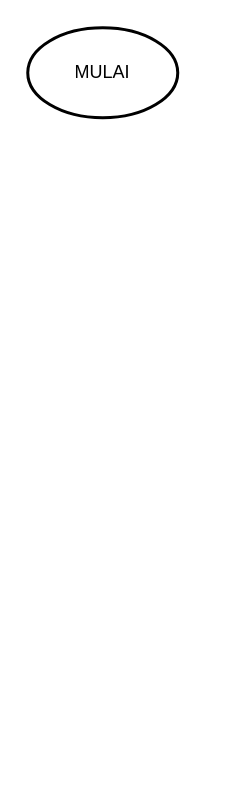
Above: Flowchart.drawio in alen735/febryanval (draw.io), before the change. Source tidied: cells renumbered, new cells numbered last; positions are measured from the earlier drawing's top-left corner, leaving out a move shared by most shapes. Both pictures are drawn from the tidied source at 150%, with x=0, y=0 at pixel (27, 27).
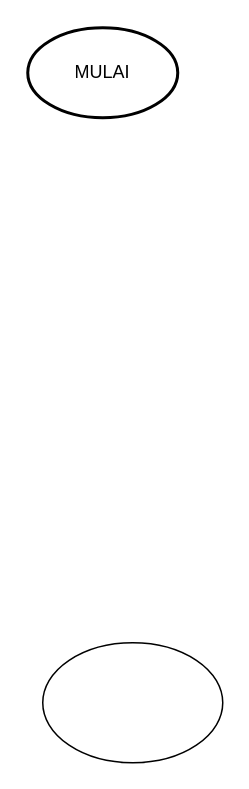
The same diagram, later.

Change to the diagram source:
```diff
@@
 <mxGraphModel>
   <root>
     <mxCell id="0" />
     <mxCell id="1" parent="0" />
     <mxCell id="2" value="MULAI" style="strokeWidth=2;html=1;shape=mxgraph.flowchart.start_1;whiteSpace=wrap;" parent="1" vertex="1">
       <mxGeometry width="100" height="60" as="geometry" />
     </mxCell>
+    <mxCell id="3" style="ellipse;whiteSpace=wrap;html=1;" parent="1" vertex="1">
+      <mxGeometry x="10" y="410" width="120" height="80" as="geometry" />
+    </mxCell>
   </root>
 </mxGraphModel>
```
